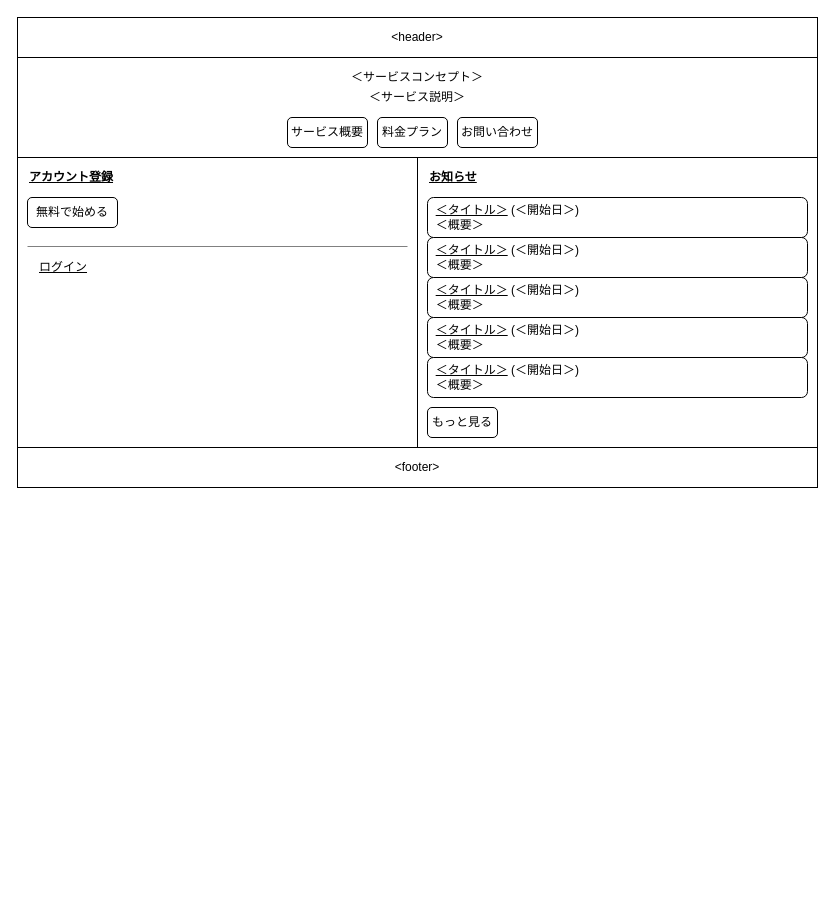
nightonlypj/rails-app-origin keeps this draw.io diagram as 設計/画面設計/トップページ.drawio. Above is the earlier version. Source tidied: cells renumbered, new cells numbered last; positions are measured from the earlier drawing's top-left corner, leaving out a move shared by most shapes. Both pictures are drawn from the tidied source at 100%, with x=0, y=0 at pixel (17, 17).
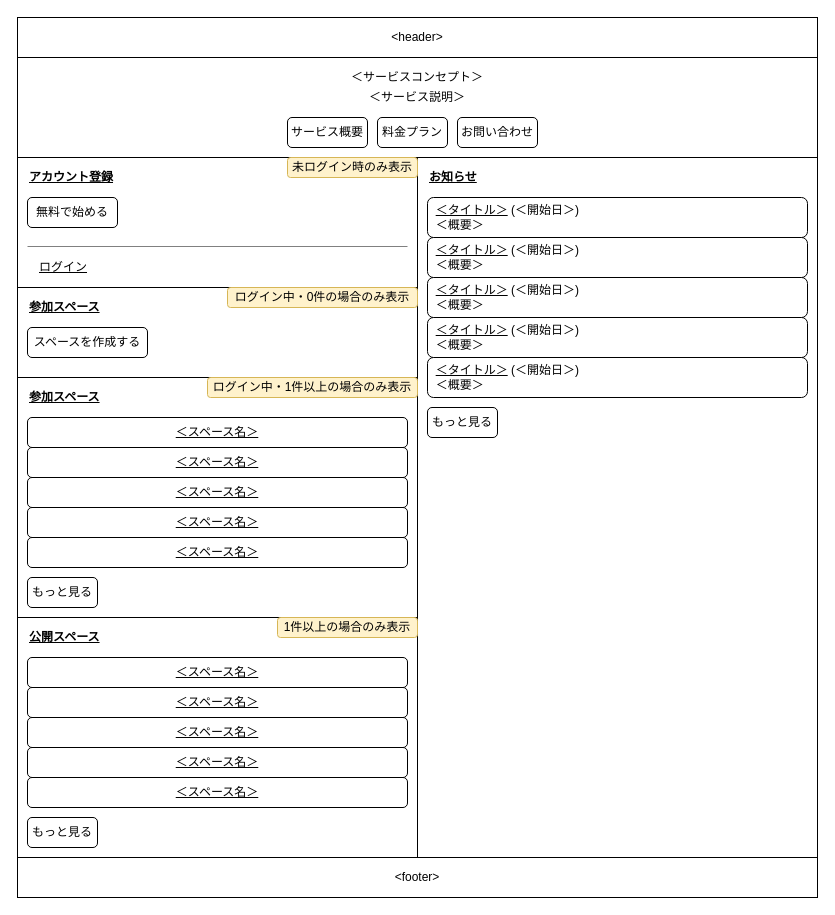
The same diagram, later.

What changed in the source:
```diff
@@
+    <mxCell id="23" style="rounded=0;whiteSpace=wrap;html=1;align=center;fillColor=none;" parent="1" vertex="1">
+      <mxGeometry y="600" width="400" height="240" as="geometry" />
+    </mxCell>
     <mxCell id="2" style="rounded=0;whiteSpace=wrap;html=1;fillColor=none;" parent="1" vertex="1">
-      <mxGeometry y="140" width="400" height="290" as="geometry" />
+      <mxGeometry y="140" width="400" height="130" as="geometry" />
     </mxCell>
@@
     <mxCell id="4" value="&amp;lt;footer&amp;gt;" style="rounded=0;whiteSpace=wrap;html=1;fillColor=none;" parent="1" vertex="1">
-      <mxGeometry y="430" width="800" height="40" as="geometry" />
+      <mxGeometry y="840" width="800" height="40" as="geometry" />
     </mxCell>
@@
     <mxCell id="6" style="rounded=0;whiteSpace=wrap;html=1;fillColor=none;" parent="1" vertex="1">
-      <mxGeometry x="400" y="140" width="400" height="290" as="geometry" />
+      <mxGeometry x="400" y="140" width="400" height="700" as="geometry" />
     </mxCell>
@@
+    <mxCell id="24" style="rounded=0;whiteSpace=wrap;html=1;align=center;fillColor=none;" parent="1" vertex="1">
+      <mxGeometry y="270" width="400" height="90" as="geometry" />
+    </mxCell>
+    <mxCell id="25" value="&lt;b&gt;&lt;u&gt;参加スペース&lt;/u&gt;&lt;/b&gt;" style="text;html=1;strokeColor=none;fillColor=none;align=left;verticalAlign=middle;whiteSpace=wrap;rounded=0;" parent="1" vertex="1">
+      <mxGeometry x="10" y="280" width="80" height="20" as="geometry" />
+    </mxCell>
+    <mxCell id="26" value="スペースを作成する" style="rounded=1;whiteSpace=wrap;html=1;align=center;" parent="1" vertex="1">
+      <mxGeometry x="10" y="310" width="120" height="30" as="geometry" />
+    </mxCell>
+    <mxCell id="27" style="rounded=0;whiteSpace=wrap;html=1;align=center;fillColor=none;" parent="1" vertex="1">
+      <mxGeometry y="360" width="400" height="240" as="geometry" />
+    </mxCell>
+    <mxCell id="28" value="&lt;b&gt;&lt;u&gt;参加スペース&lt;/u&gt;&lt;/b&gt;" style="text;html=1;strokeColor=none;fillColor=none;align=left;verticalAlign=middle;whiteSpace=wrap;rounded=0;" parent="1" vertex="1">
+      <mxGeometry x="10" y="370" width="80" height="20" as="geometry" />
+    </mxCell>
+    <mxCell id="29" value="&lt;u&gt;＜スペース名＞&lt;/u&gt;" style="rounded=1;whiteSpace=wrap;html=1;align=center;" parent="1" vertex="1">
+      <mxGeometry x="10" y="400" width="380" height="30" as="geometry" />
+    </mxCell>
+    <mxCell id="30" value="&lt;u&gt;＜スペース名＞&lt;/u&gt;" style="rounded=1;whiteSpace=wrap;html=1;align=center;" parent="1" vertex="1">
+      <mxGeometry x="10" y="430" width="380" height="30" as="geometry" />
+    </mxCell>
+    <mxCell id="31" value="&lt;u&gt;＜スペース名＞&lt;/u&gt;" style="rounded=1;whiteSpace=wrap;html=1;align=center;" parent="1" vertex="1">
+      <mxGeometry x="10" y="460" width="380" height="30" as="geometry" />
+    </mxCell>
+    <mxCell id="32" value="&lt;u&gt;＜スペース名＞&lt;/u&gt;" style="rounded=1;whiteSpace=wrap;html=1;align=center;" parent="1" vertex="1">
+      <mxGeometry x="10" y="490" width="380" height="30" as="geometry" />
+    </mxCell>
+    <mxCell id="33" value="&lt;u&gt;＜スペース名＞&lt;/u&gt;" style="rounded=1;whiteSpace=wrap;html=1;align=center;" parent="1" vertex="1">
+      <mxGeometry x="10" y="520" width="380" height="30" as="geometry" />
+    </mxCell>
+    <mxCell id="34" value="もっと見る" style="rounded=1;whiteSpace=wrap;html=1;align=center;" parent="1" vertex="1">
+      <mxGeometry x="10" y="560" width="70" height="30" as="geometry" />
+    </mxCell>
+    <mxCell id="35" value="&lt;b&gt;&lt;u&gt;公開スペース&lt;/u&gt;&lt;/b&gt;" style="text;html=1;strokeColor=none;fillColor=none;align=left;verticalAlign=middle;whiteSpace=wrap;rounded=0;" parent="1" vertex="1">
+      <mxGeometry x="10" y="610" width="80" height="20" as="geometry" />
+    </mxCell>
+    <mxCell id="36" value="&lt;u&gt;＜スペース名＞&lt;/u&gt;" style="rounded=1;whiteSpace=wrap;html=1;align=center;" parent="1" vertex="1">
+      <mxGeometry x="10" y="640" width="380" height="30" as="geometry" />
+    </mxCell>
+    <mxCell id="37" value="&lt;u&gt;＜スペース名＞&lt;/u&gt;" style="rounded=1;whiteSpace=wrap;html=1;align=center;" parent="1" vertex="1">
+      <mxGeometry x="10" y="670" width="380" height="30" as="geometry" />
+    </mxCell>
+    <mxCell id="38" value="&lt;u&gt;＜スペース名＞&lt;/u&gt;" style="rounded=1;whiteSpace=wrap;html=1;align=center;" parent="1" vertex="1">
+      <mxGeometry x="10" y="700" width="380" height="30" as="geometry" />
+    </mxCell>
+    <mxCell id="39" value="&lt;u&gt;＜スペース名＞&lt;/u&gt;" style="rounded=1;whiteSpace=wrap;html=1;align=center;" parent="1" vertex="1">
+      <mxGeometry x="10" y="730" width="380" height="30" as="geometry" />
+    </mxCell>
+    <mxCell id="40" value="&lt;u&gt;＜スペース名＞&lt;/u&gt;" style="rounded=1;whiteSpace=wrap;html=1;align=center;" parent="1" vertex="1">
+      <mxGeometry x="10" y="760" width="380" height="30" as="geometry" />
+    </mxCell>
+    <mxCell id="41" value="もっと見る" style="rounded=1;whiteSpace=wrap;html=1;align=center;" parent="1" vertex="1">
+      <mxGeometry x="10" y="800" width="70" height="30" as="geometry" />
+    </mxCell>
+    <mxCell id="42" value="未ログイン時のみ表示" style="rounded=1;whiteSpace=wrap;html=1;fillColor=#fff2cc;strokeColor=#d6b656;" parent="1" vertex="1">
+      <mxGeometry x="270" y="140" width="130" height="20" as="geometry" />
+    </mxCell>
+    <mxCell id="43" value="ログイン中・1件以上の場合のみ表示" style="rounded=1;whiteSpace=wrap;html=1;fillColor=#fff2cc;strokeColor=#d6b656;" parent="1" vertex="1">
+      <mxGeometry x="190" y="360" width="210" height="20" as="geometry" />
+    </mxCell>
+    <mxCell id="44" value="1件以上の場合のみ表示" style="rounded=1;whiteSpace=wrap;html=1;fillColor=#fff2cc;strokeColor=#d6b656;" parent="1" vertex="1">
+      <mxGeometry x="260" y="600" width="140" height="20" as="geometry" />
+    </mxCell>
+    <mxCell id="45" value="ログイン中・0件の場合のみ表示" style="rounded=1;whiteSpace=wrap;html=1;fillColor=#fff2cc;strokeColor=#d6b656;" parent="1" vertex="1">
+      <mxGeometry x="210" y="270" width="190" height="20" as="geometry" />
+    </mxCell>
```
